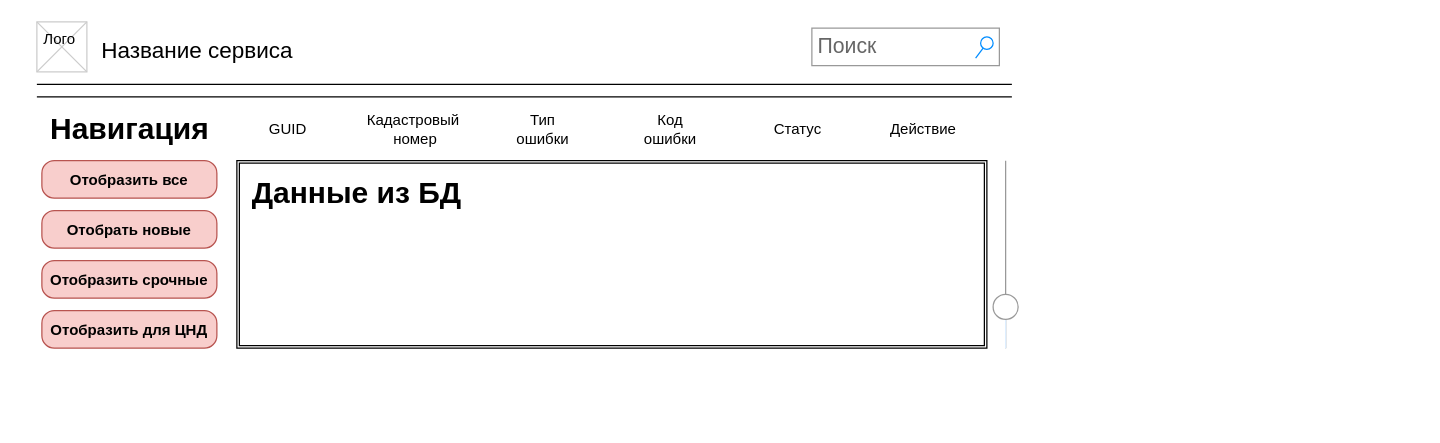
The draw.io diagram st2.drawio in Swia/WP3, before the edit. Source tidied: cells renumbered, new cells numbered last; positions are measured from the earlier drawing's top-left corner, leaving out a move shared by most shapes. Both pictures are drawn from the tidied source at 125%, with x=0, y=0 at pixel (36, 21).
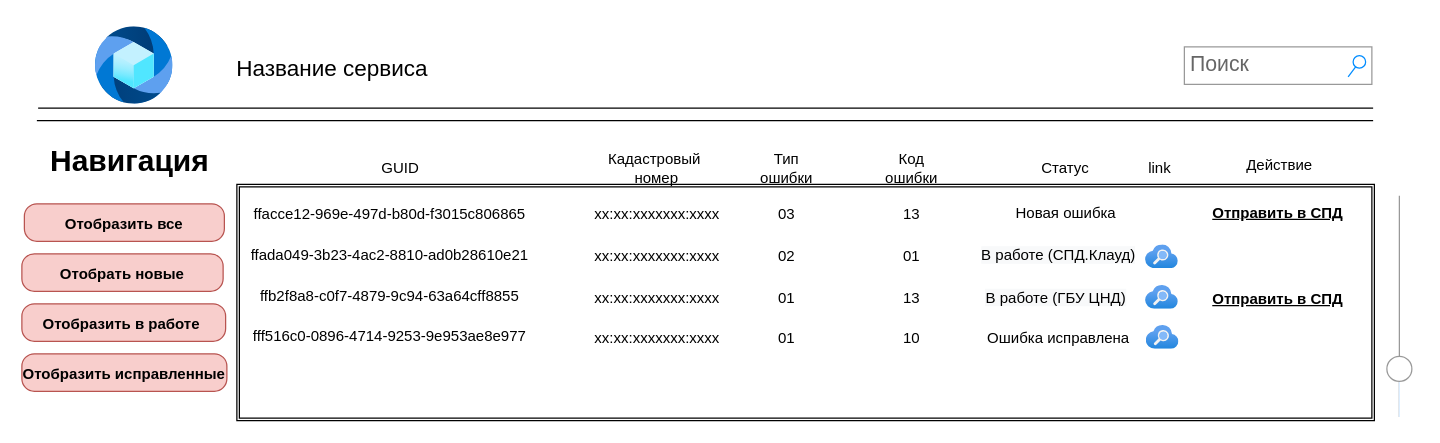
The same page after the edit.

What changed in the source:
```diff
@@
     <mxCell id="2" value="Название сервиса" style="text;spacingTop=-5;fontSize=18;fontStyle=0;" parent="1" vertex="1">
-      <mxGeometry x="50" y="10" width="230" height="20" as="geometry" />
+      <mxGeometry x="158" y="25" width="230" height="20" as="geometry" />
     </mxCell>
     <mxCell id="3" style="line;strokeWidth=1;" parent="1" vertex="1">
-      <mxGeometry y="45" width="780" height="10" as="geometry" />
+      <mxGeometry x="1" y="64" width="1068" height="10" as="geometry" />
     </mxCell>
     <mxCell id="4" style="line;strokeWidth=1;" parent="1" vertex="1">
-      <mxGeometry y="55" width="780" height="10" as="geometry" />
+      <mxGeometry y="74" width="1069" height="10" as="geometry" />
     </mxCell>
-    <mxCell id="5" style="verticalLabelPosition=bottom;verticalAlign=top;strokeWidth=1;shape=mxgraph.mockup.graphics.iconGrid;strokeColor=#CCCCCC;gridSize=1,1;" parent="1" vertex="1">
-      <mxGeometry width="40" height="40" as="geometry" />
-    </mxCell>
-    <mxCell id="6" value="Лого &#10;" style="text;spacingTop=-5;align=center;" parent="1" vertex="1">
-      <mxGeometry y="5" width="40" height="40" as="geometry" />
-    </mxCell>
     <mxCell id="7" value="&lt;font style=&quot;font-size: 12px&quot;&gt;Отобразить все&lt;/font&gt;" style="strokeWidth=1;shadow=0;dashed=0;align=center;html=1;shape=mxgraph.mockup.buttons.button;strokeColor=#b85450;mainText=;buttonStyle=round;fontSize=17;fontStyle=1;fillColor=#f8cecc;whiteSpace=wrap;flipH=1;" parent="1" vertex="1">
-      <mxGeometry x="4" y="111" width="140" height="30" as="geometry" />
+      <mxGeometry x="-10" y="145.5" width="160" height="30" as="geometry" />
     </mxCell>
     <mxCell id="8" value="&lt;span style=&quot;font-size: 12px&quot;&gt;Отобрать&amp;nbsp;новые&lt;/span&gt;" style="strokeWidth=1;shadow=0;dashed=0;align=center;html=1;shape=mxgraph.mockup.buttons.button;strokeColor=#b85450;mainText=;buttonStyle=round;fontSize=17;fontStyle=1;fillColor=#f8cecc;whiteSpace=wrap;flipH=1;" parent="1" vertex="1">
-      <mxGeometry x="4" y="151" width="140" height="30" as="geometry" />
+      <mxGeometry x="-12" y="185.5" width="161" height="30" as="geometry" />
     </mxCell>
-    <mxCell id="9" value="&lt;span style=&quot;font-size: 12px&quot;&gt;Отобразить срочные&lt;/span&gt;" style="strokeWidth=1;shadow=0;dashed=0;align=center;html=1;shape=mxgraph.mockup.buttons.button;strokeColor=#b85450;mainText=;buttonStyle=round;fontSize=17;fontStyle=1;fillColor=#f8cecc;whiteSpace=wrap;flipH=1;" parent="1" vertex="1">
-      <mxGeometry x="4" y="191" width="140" height="30" as="geometry" />
+    <mxCell id="9" value="&lt;span style=&quot;font-size: 12px&quot;&gt;Отобразить в работе&amp;nbsp;&lt;/span&gt;" style="strokeWidth=1;shadow=0;dashed=0;align=center;html=1;shape=mxgraph.mockup.buttons.button;strokeColor=#b85450;mainText=;buttonStyle=round;fontSize=17;fontStyle=1;fillColor=#f8cecc;whiteSpace=wrap;flipH=1;" parent="1" vertex="1">
+      <mxGeometry x="-12" y="225.5" width="163" height="30" as="geometry" />
     </mxCell>
-    <mxCell id="10" value="&lt;span style=&quot;font-size: 12px&quot;&gt;Отобразить&amp;nbsp;для ЦНД&lt;/span&gt;" style="strokeWidth=1;shadow=0;dashed=0;align=center;html=1;shape=mxgraph.mockup.buttons.button;strokeColor=#b85450;mainText=;buttonStyle=round;fontSize=17;fontStyle=1;fillColor=#f8cecc;whiteSpace=wrap;flipH=1;" parent="1" vertex="1">
-      <mxGeometry x="4" y="231" width="140" height="30" as="geometry" />
+    <mxCell id="10" value="&lt;span style=&quot;font-size: 12px&quot;&gt;Отобразить&amp;nbsp;&lt;/span&gt;&lt;span style=&quot;font-size: 12px&quot;&gt;исправленные&lt;/span&gt;" style="strokeWidth=1;shadow=0;dashed=0;align=center;html=1;shape=mxgraph.mockup.buttons.button;strokeColor=#b85450;mainText=;buttonStyle=round;fontSize=17;fontStyle=1;fillColor=#f8cecc;whiteSpace=wrap;flipH=1;" parent="1" vertex="1">
+      <mxGeometry x="-12" y="265.5" width="164" height="30" as="geometry" />
     </mxCell>
     <mxCell id="11" style="verticalLabelPosition=bottom;shadow=0;dashed=0;align=center;html=1;verticalAlign=top;strokeWidth=1;shape=mxgraph.mockup.forms.horSlider;strokeColor=#999999;sliderStyle=basic;sliderPos=20;handleStyle=circle;fillColor2=#ddeeff;direction=north;" parent="1" vertex="1">
-      <mxGeometry x="760" y="111" width="30" height="150" as="geometry" />
+      <mxGeometry x="1075" y="139" width="30" height="177" as="geometry" />
     </mxCell>
     <mxCell id="12" style="shape=ext;double=1;rounded=0;whiteSpace=wrap;html=1;" parent="1" vertex="1">
-      <mxGeometry x="160" y="111" width="600" height="150" as="geometry" />
+      <mxGeometry x="160" y="130" width="910" height="189" as="geometry" />
     </mxCell>
     <mxCell id="13" value="Поиск" style="strokeWidth=1;shadow=0;dashed=0;align=center;html=1;shape=mxgraph.mockup.forms.searchBox;strokeColor=#999999;mainText=;strokeColor2=#008cff;fontColor=#666666;fontSize=17;align=left;spacingLeft=3;" parent="1" vertex="1">
-      <mxGeometry x="620" y="5" width="150" height="30" as="geometry" />
+      <mxGeometry x="918" y="20" width="150" height="30" as="geometry" />
     </mxCell>
     <mxCell id="14" value="Навигация" style="text;strokeColor=none;fillColor=none;html=1;fontSize=24;fontStyle=1;verticalAlign=middle;align=center;" parent="1" vertex="1">
-      <mxGeometry x="24" y="72" width="100" height="27" as="geometry" />
+      <mxGeometry x="24" y="98" width="100" height="27" as="geometry" />
     </mxCell>
-    <mxCell id="15" style="group;" parent="1" vertex="1">
-      <mxGeometry x="171" y="82" width="570" height="20" as="geometry" />
-    </mxCell>
+    <mxCell id="24" value="ffacce12-969e-497d-b80d-f3015c806865" style="text;html=1;strokeColor=none;fillColor=none;align=center;verticalAlign=middle;whiteSpace=wrap;rounded=0;" parent="1" vertex="1">
+      <mxGeometry x="160" y="144" width="245" height="20" as="geometry" />
+    </mxCell>
-    <mxCell id="16" value="GUID" style="text;html=1;strokeColor=none;fillColor=none;align=center;verticalAlign=middle;whiteSpace=wrap;rounded=0;" parent="15" vertex="1">
-      <mxGeometry y="-6" width="60" height="20" as="geometry" />
+    <mxCell id="16" value="GUID" style="text;html=1;strokeColor=none;fillColor=none;align=center;verticalAlign=middle;whiteSpace=wrap;rounded=0;" parent="1" vertex="1">
+      <mxGeometry x="261" y="107" width="60" height="20" as="geometry" />
     </mxCell>
-    <mxCell id="17" value="Кадастровый&amp;nbsp;&lt;br&gt;номер" style="text;html=1;strokeColor=none;fillColor=none;align=center;verticalAlign=middle;whiteSpace=wrap;rounded=0;" parent="15" vertex="1">
-      <mxGeometry x="102" y="-6" width="60" height="20" as="geometry" />
+    <mxCell id="17" value="Кадастровый&amp;nbsp;&lt;br&gt;номер" style="text;html=1;strokeColor=none;fillColor=none;align=center;verticalAlign=middle;whiteSpace=wrap;rounded=0;" parent="1" vertex="1">
+      <mxGeometry x="466" y="107" width="60" height="20" as="geometry" />
     </mxCell>
-    <mxCell id="18" value="Тип ошибки" style="text;html=1;strokeColor=none;fillColor=none;align=center;verticalAlign=middle;whiteSpace=wrap;rounded=0;" parent="15" vertex="1">
-      <mxGeometry x="204" y="-6" width="60" height="20" as="geometry" />
+    <mxCell id="18" value="Тип ошибки" style="text;html=1;strokeColor=none;fillColor=none;align=center;verticalAlign=middle;whiteSpace=wrap;rounded=0;" parent="1" vertex="1">
+      <mxGeometry x="570" y="107" width="60" height="20" as="geometry" />
     </mxCell>
-    <mxCell id="19" value="Код ошибки" style="text;html=1;strokeColor=none;fillColor=none;align=center;verticalAlign=middle;whiteSpace=wrap;rounded=0;" parent="15" vertex="1">
-      <mxGeometry x="306" y="-6" width="60" height="20" as="geometry" />
+    <mxCell id="19" value="Код ошибки" style="text;html=1;strokeColor=none;fillColor=none;align=center;verticalAlign=middle;whiteSpace=wrap;rounded=0;" parent="1" vertex="1">
+      <mxGeometry x="670" y="107" width="60" height="20" as="geometry" />
     </mxCell>
-    <mxCell id="20" value="Статус" style="text;html=1;strokeColor=none;fillColor=none;align=center;verticalAlign=middle;whiteSpace=wrap;rounded=0;" parent="15" vertex="1">
-      <mxGeometry x="408" y="-6" width="60" height="20" as="geometry" />
+    <mxCell id="20" value="Статус" style="text;html=1;strokeColor=none;fillColor=none;align=center;verticalAlign=middle;whiteSpace=wrap;rounded=0;" parent="1" vertex="1">
+      <mxGeometry x="793" y="107" width="60" height="20" as="geometry" />
     </mxCell>
-    <mxCell id="21" value="Действие&amp;nbsp;" style="text;html=1;strokeColor=none;fillColor=none;align=center;verticalAlign=middle;whiteSpace=wrap;rounded=0;" parent="15" vertex="1">
-      <mxGeometry x="510" y="-6" width="60" height="20" as="geometry" />
+    <mxCell id="21" value="Действие&amp;nbsp;" style="text;html=1;strokeColor=none;fillColor=none;align=center;verticalAlign=middle;whiteSpace=wrap;rounded=0;" parent="1" vertex="1">
+      <mxGeometry x="966" y="105" width="60" height="20" as="geometry" />
     </mxCell>
-    <mxCell id="22" style="edgeStyle=orthogonalEdgeStyle;rounded=0;orthogonalLoop=1;jettySize=auto;html=1;exitX=0.5;exitY=1;exitDx=0;exitDy=0;" parent="15" edge="1" source="17" target="17">
-      <mxGeometry relative="1" as="geometry" />
+    <mxCell id="22" style="edgeStyle=orthogonalEdgeStyle;rounded=0;orthogonalLoop=1;jettySize=auto;html=1;exitX=0.5;exitY=1;exitDx=0;exitDy=0;" parent="1" edge="1" source="17" target="17">
+      <mxGeometry x="185" y="119" as="geometry" />
     </mxCell>
-    <mxCell id="23" value="Данные из БД&amp;nbsp;" style="text;strokeColor=none;fillColor=none;html=1;fontSize=24;fontStyle=1;verticalAlign=middle;align=center;" parent="1" vertex="1">
-      <mxGeometry x="231" y="125" width="56" height="23" as="geometry" />
-    </mxCell>
+    <mxCell id="25" value="хх:хх:ххххххх:хххх" style="text;html=1;strokeColor=none;fillColor=none;align=center;verticalAlign=middle;whiteSpace=wrap;rounded=0;" parent="1" vertex="1">
+      <mxGeometry x="444.5" y="144" width="103" height="20" as="geometry" />
+    </mxCell>
+    <mxCell id="26" value="03" style="text;html=1;strokeColor=none;fillColor=none;align=center;verticalAlign=middle;whiteSpace=wrap;rounded=0;" parent="1" vertex="1">
+      <mxGeometry x="580" y="144" width="40" height="20" as="geometry" />
+    </mxCell>
+    <mxCell id="27" value="13" style="text;html=1;strokeColor=none;fillColor=none;align=center;verticalAlign=middle;whiteSpace=wrap;rounded=0;" parent="1" vertex="1">
+      <mxGeometry x="680" y="144" width="40" height="20" as="geometry" />
+    </mxCell>
+    <mxCell id="28" value="Новая ошибка" style="text;html=1;strokeColor=none;fillColor=none;align=center;verticalAlign=middle;whiteSpace=wrap;rounded=0;" parent="1" vertex="1">
+      <mxGeometry x="758.5" y="141" width="129" height="23" as="geometry" />
+    </mxCell>
+    <mxCell id="29" value="&lt;span style=&quot;color: rgb(0 , 0 , 0) ; font-family: &amp;#34;helvetica&amp;#34; ; font-size: 12px ; font-style: normal ; font-weight: 400 ; letter-spacing: normal ; text-align: center ; text-indent: 0px ; text-transform: none ; word-spacing: 0px ; background-color: rgb(248 , 249 , 250) ; display: inline ; float: none&quot;&gt;В работе (СПД.Клауд)&lt;/span&gt;" style="text;html=1;strokeColor=none;fillColor=none;align=center;verticalAlign=middle;whiteSpace=wrap;rounded=0;" parent="1" vertex="1">
+      <mxGeometry x="753" y="175.5" width="129" height="23" as="geometry" />
+    </mxCell>
+    <mxCell id="30" value="&lt;span style=&quot;color: rgb(0 , 0 , 0) ; font-family: &amp;#34;helvetica&amp;#34; ; font-size: 12px ; font-style: normal ; font-weight: 400 ; letter-spacing: normal ; text-align: center ; text-indent: 0px ; text-transform: none ; word-spacing: 0px ; background-color: rgb(248 , 249 , 250) ; display: inline ; float: none&quot;&gt;В работе (ГБУ ЦНД)&lt;/span&gt;" style="text;html=1;strokeColor=none;fillColor=none;align=center;verticalAlign=middle;whiteSpace=wrap;rounded=0;" parent="1" vertex="1">
+      <mxGeometry x="751" y="209" width="129" height="23" as="geometry" />
+    </mxCell>
+    <mxCell id="31" value="Ошибка исправлена" style="text;html=1;strokeColor=none;fillColor=none;align=center;verticalAlign=middle;whiteSpace=wrap;rounded=0;" parent="1" vertex="1">
+      <mxGeometry x="753" y="241" width="129" height="23" as="geometry" />
+    </mxCell>
+    <mxCell id="32" value="&lt;span style=&quot;font-size: 12px&quot;&gt;Отправить в СПД&lt;/span&gt;" style="strokeWidth=1;shadow=0;dashed=1;align=center;html=1;shape=mxgraph.mockup.buttons.button;mainText=;buttonStyle=round;fontSize=17;fontStyle=5;whiteSpace=wrap;flipH=1;dashPattern=1 1;fillColor=#FFFFFF;strokeColor=none;" parent="1" vertex="1">
+      <mxGeometry x="926" y="137" width="134" height="30" as="geometry" />
+    </mxCell>
+    <mxCell id="33" style="html=1;align=center;image;fontSize=12;image=img/lib/azure2/app_services/Search_Services.svg;dashed=1;dashPattern=1 1;strokeColor=#FF9999;strokeWidth=1;fillColor=#FFFFFF;gradientColor=#ffffff;" parent="1" vertex="1">
+      <mxGeometry x="887" y="178.5" width="26.3" height="19" as="geometry" />
+    </mxCell>
+    <mxCell id="34" style="html=1;align=center;image;fontSize=12;image=img/lib/azure2/app_services/Search_Services.svg;dashed=1;dashPattern=1 1;strokeColor=#FF9999;strokeWidth=1;fillColor=#FFFFFF;gradientColor=#ffffff;" parent="1" vertex="1">
+      <mxGeometry x="887" y="211" width="26.3" height="19" as="geometry" />
+    </mxCell>
+    <mxCell id="35" style="html=1;align=center;image;fontSize=12;image=img/lib/azure2/app_services/Search_Services.svg;dashed=1;dashPattern=1 1;strokeColor=#FF9999;strokeWidth=1;fillColor=#FFFFFF;gradientColor=#ffffff;" parent="1" vertex="1">
+      <mxGeometry x="887.5" y="243" width="26.3" height="19" as="geometry" />
+    </mxCell>
+    <mxCell id="36" style="html=1;align=center;image;fontSize=12;image=img/lib/azure2/web/Azure_Media_Service.svg;dashed=1;dashPattern=1 1;strokeColor=#FF9999;strokeWidth=1;fillColor=#FFFFFF;gradientColor=#ffffff;" parent="1" vertex="1">
+      <mxGeometry x="47" y="4" width="62" height="62" as="geometry" />
+    </mxCell>
+    <mxCell id="37" value="&lt;span style=&quot;font-size: 12px&quot;&gt;Отправить в СПД&lt;/span&gt;" style="strokeWidth=1;shadow=0;dashed=1;align=center;html=1;shape=mxgraph.mockup.buttons.button;mainText=;buttonStyle=round;fontSize=17;fontStyle=5;whiteSpace=wrap;flipH=1;dashPattern=1 1;fillColor=#FFFFFF;strokeColor=none;" parent="1" vertex="1">
+      <mxGeometry x="926" y="205.5" width="134" height="30" as="geometry" />
+    </mxCell>
+    <mxCell id="38" value="link" style="text;html=1;align=center;verticalAlign=middle;" parent="1" vertex="1">
+      <mxGeometry x="884" y="108" width="28" height="18" as="geometry" />
+    </mxCell>
+    <mxCell id="39" value="ffada049-3b23-4ac2-8810-ad0b28610e21" style="text;html=1;strokeColor=none;fillColor=none;align=center;verticalAlign=middle;whiteSpace=wrap;rounded=0;" parent="1" vertex="1">
+      <mxGeometry x="160" y="177" width="245" height="20" as="geometry" />
+    </mxCell>
+    <mxCell id="40" value="хх:хх:ххххххх:хххх" style="text;html=1;strokeColor=none;fillColor=none;align=center;verticalAlign=middle;whiteSpace=wrap;rounded=0;" parent="1" vertex="1">
+      <mxGeometry x="444.5" y="178" width="103" height="20" as="geometry" />
+    </mxCell>
+    <mxCell id="41" value="02" style="text;html=1;strokeColor=none;fillColor=none;align=center;verticalAlign=middle;whiteSpace=wrap;rounded=0;" parent="1" vertex="1">
+      <mxGeometry x="580" y="178" width="40" height="20" as="geometry" />
+    </mxCell>
+    <mxCell id="42" value="01" style="text;html=1;strokeColor=none;fillColor=none;align=center;verticalAlign=middle;whiteSpace=wrap;rounded=0;" parent="1" vertex="1">
+      <mxGeometry x="680" y="178" width="40" height="20" as="geometry" />
+    </mxCell>
+    <mxCell id="43" value="ffb2f8a8-c0f7-4879-9c94-63a64cff8855" style="text;html=1;strokeColor=none;fillColor=none;align=center;verticalAlign=middle;whiteSpace=wrap;rounded=0;" parent="1" vertex="1">
+      <mxGeometry x="160" y="210" width="245" height="20" as="geometry" />
+    </mxCell>
+    <mxCell id="44" value="хх:хх:ххххххх:хххх" style="text;html=1;strokeColor=none;fillColor=none;align=center;verticalAlign=middle;whiteSpace=wrap;rounded=0;" parent="1" vertex="1">
+      <mxGeometry x="444.5" y="211" width="103" height="20" as="geometry" />
+    </mxCell>
+    <mxCell id="45" value="01" style="text;html=1;strokeColor=none;fillColor=none;align=center;verticalAlign=middle;whiteSpace=wrap;rounded=0;" parent="1" vertex="1">
+      <mxGeometry x="580" y="211" width="40" height="20" as="geometry" />
+    </mxCell>
+    <mxCell id="46" value="13" style="text;html=1;strokeColor=none;fillColor=none;align=center;verticalAlign=middle;whiteSpace=wrap;rounded=0;" parent="1" vertex="1">
+      <mxGeometry x="680" y="211" width="40" height="20" as="geometry" />
+    </mxCell>
+    <mxCell id="47" value="fff516c0-0896-4714-9253-9e953ae8e977" style="text;html=1;strokeColor=none;fillColor=none;align=center;verticalAlign=middle;whiteSpace=wrap;rounded=0;" parent="1" vertex="1">
+      <mxGeometry x="160" y="242" width="245" height="20" as="geometry" />
+    </mxCell>
+    <mxCell id="48" value="хх:хх:ххххххх:хххх" style="text;html=1;strokeColor=none;fillColor=none;align=center;verticalAlign=middle;whiteSpace=wrap;rounded=0;" parent="1" vertex="1">
+      <mxGeometry x="444.5" y="243" width="103" height="20" as="geometry" />
+    </mxCell>
+    <mxCell id="49" value="01" style="text;html=1;strokeColor=none;fillColor=none;align=center;verticalAlign=middle;whiteSpace=wrap;rounded=0;" parent="1" vertex="1">
+      <mxGeometry x="580" y="243" width="40" height="20" as="geometry" />
+    </mxCell>
+    <mxCell id="50" value="10" style="text;html=1;strokeColor=none;fillColor=none;align=center;verticalAlign=middle;whiteSpace=wrap;rounded=0;" parent="1" vertex="1">
+      <mxGeometry x="680" y="243" width="40" height="20" as="geometry" />
+    </mxCell>
```
